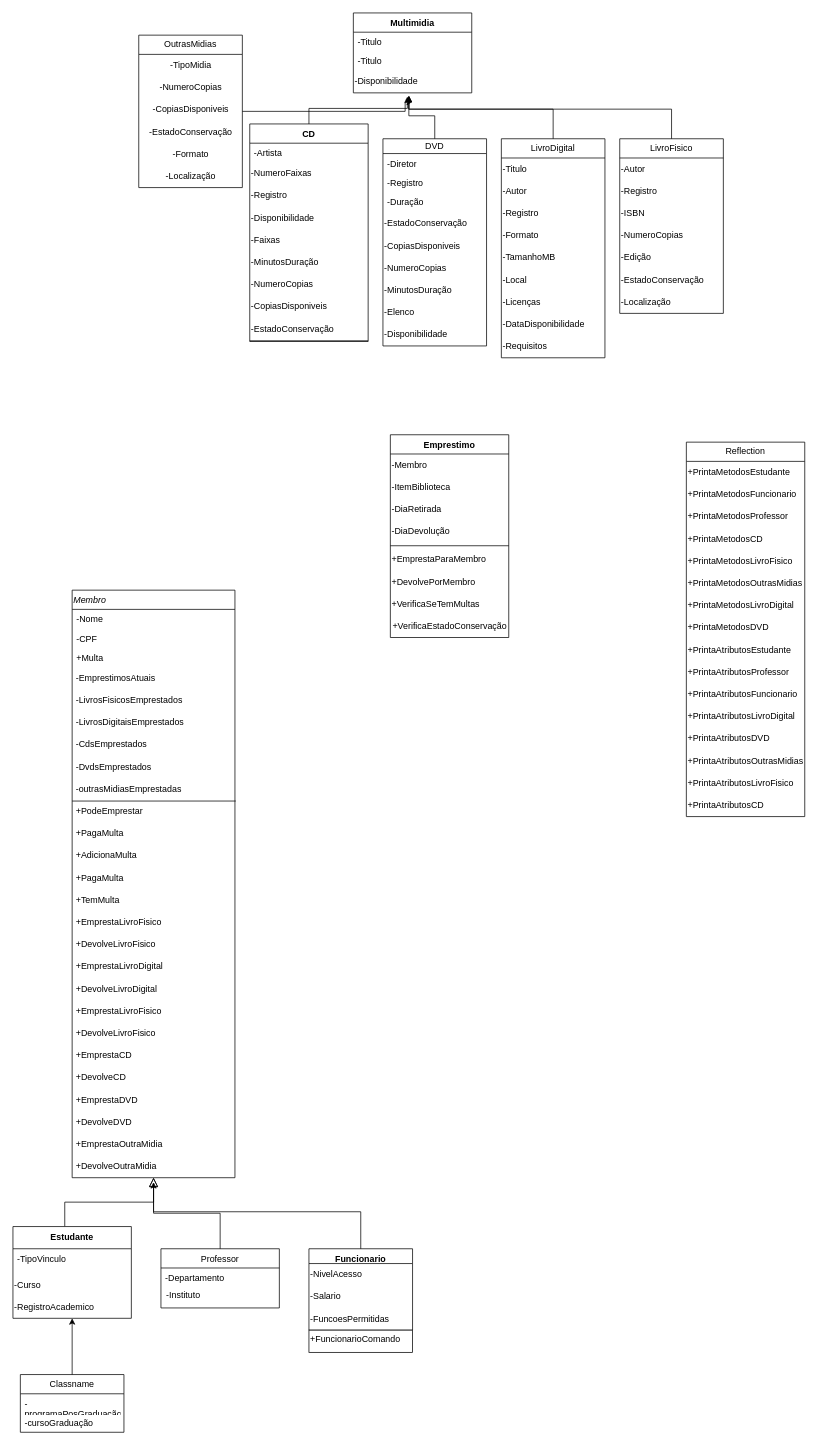
This is Diagrama sem nome.drawio from pedrodvas/MC322, a draw.io file, before an edit. Source tidied: cells renumbered, new cells numbered last; positions are measured from the earlier drawing's top-left corner, leaving out a move shared by most shapes. Both pictures are drawn from the tidied source at 74%, with x=0, y=0 at pixel (13, 13).
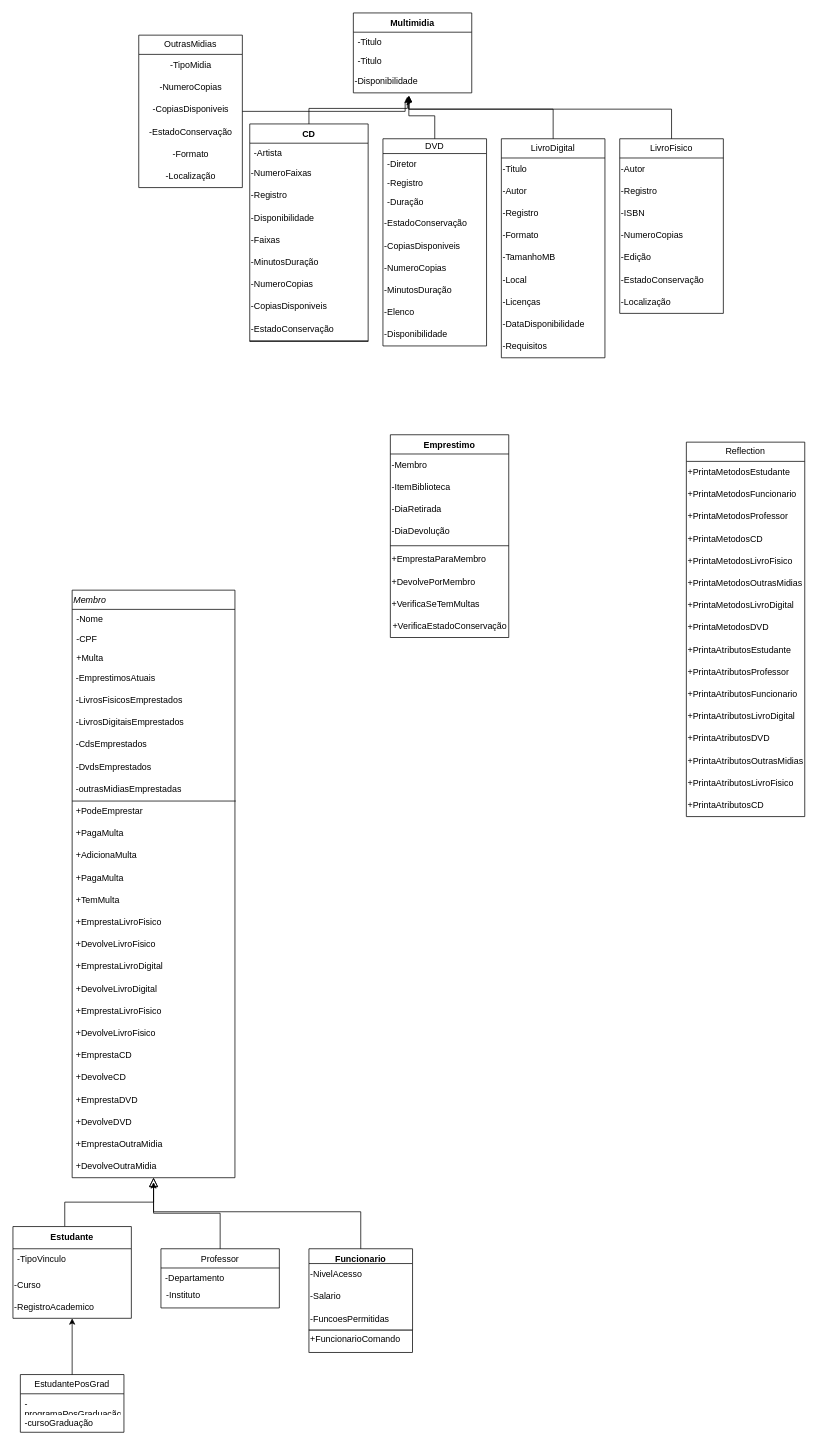
The same page after the edit.

Commit message:
Colocando EstuantePosGrad no UML

Change to the diagram source:
```diff
@@
-    <mxCell id="129" value="Classname" style="swimlane;fontStyle=0;horizontal=1;startSize=26;fillColor=none;whiteSpace=wrap;html=1;" parent="1" vertex="1">
+    <mxCell id="129" value="&lt;div&gt;EstudantePosGrad&lt;/div&gt;" style="swimlane;fontStyle=0;horizontal=1;startSize=26;fillColor=none;whiteSpace=wrap;html=1;" parent="1" vertex="1">
       <mxGeometry x="10" y="1840" width="140" height="78" as="geometry" />
     </mxCell>
```
